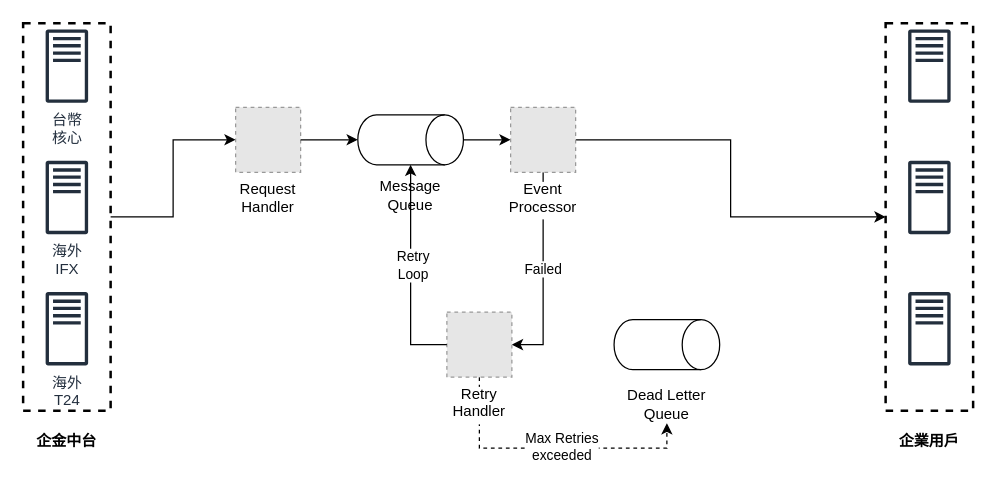
This is page "MessageQueue架構" (4 of 4) of 主動入金通知.drawio from Wayne-Kao/draw.io, a draw.io file, before an edit. Source tidied: cells renumbered, new cells numbered last; positions are measured from the earlier drawing's top-left corner, leaving out a move shared by most shapes. Both pictures are drawn from the tidied source at 125%, with x=0, y=0 at pixel (22, 22). Pictures stored in the file or linked from it are replaced by grey dashed boxes.
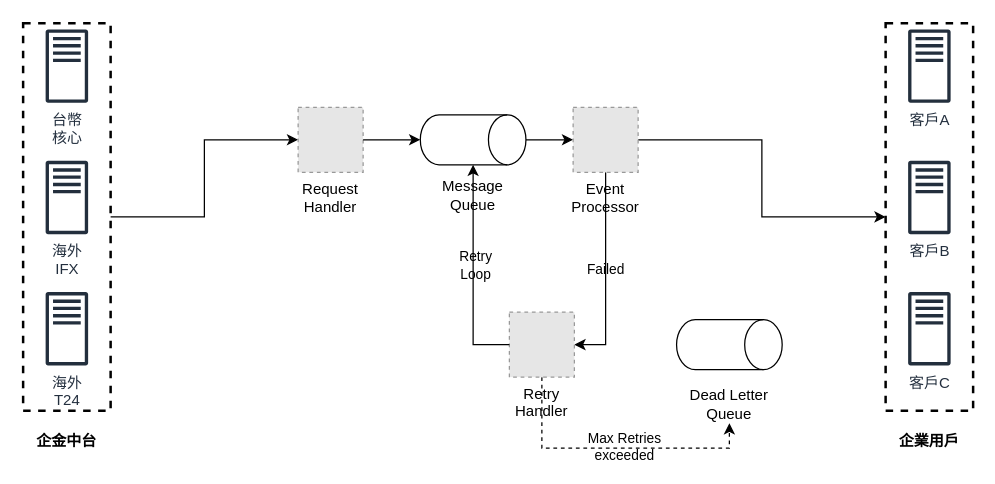
After the change.

Commit message:
更新主動入金通知.drawio

The change refers to these unchanged cells:
```xml
<mxCell id="13" style="edgeStyle=orthogonalEdgeStyle;rounded=0;jettySize=auto;html=1;entryX=1;entryY=0.5;entryDx=0;entryDy=0;" parent="1" edge="1" source="15" target="20">
  <mxGeometry relative="1" as="geometry" />
</mxCell>
<mxCell id="18" style="edgeStyle=orthogonalEdgeStyle;rounded=0;jettySize=auto;html=1;entryX=0.5;entryY=1;entryDx=0;entryDy=0;exitX=0.5;exitY=1;exitDx=0;exitDy=0;dashed=1;" parent="1" edge="1" source="20" target="17">
  <mxGeometry relative="1" as="geometry" />
</mxCell>
<mxCell id="27" style="edgeStyle=orthogonalEdgeStyle;rounded=0;jettySize=auto;html=1;entryX=1;entryY=0.5;entryDx=0;entryDy=0;entryPerimeter=0;exitX=0;exitY=0.5;exitDx=0;exitDy=0;" parent="1" edge="1" source="20" target="9">
  <mxGeometry relative="1" as="geometry" />
</mxCell>
```

What changed in the source:
```diff
@@
-    <mxCell id="9" style="shape=cylinder3;whiteSpace=wrap;html=1;boundedLbl=1;backgroundOutline=1;size=15;rotation=90;" parent="1" vertex="1">
-      <mxGeometry x="290" y="51.1" width="40" height="84.5" as="geometry" />
+    <mxCell id="9" style="shape=cylinder3;whiteSpace=wrap;html=1;boundedLbl=1;backgroundOutline=1;size=15;rotation=90;labelBackgroundColor=none;fillColor=none;" parent="1" vertex="1">
+      <mxGeometry x="340" y="51.1" width="40" height="84.5" as="geometry" />
     </mxCell>
     <mxCell id="10" value="Message Queue" style="text;html=1;whiteSpace=wrap;strokeColor=none;fillColor=none;align=center;verticalAlign=middle;rounded=0;" parent="1" vertex="1">
-      <mxGeometry x="280" y="122.8" width="60" height="30" as="geometry" />
+      <mxGeometry x="330" y="122.8" width="60" height="30" as="geometry" />
     </mxCell>
-    <mxCell id="11" value="Request&#10;Handler" style="fillColor=#E6E6E6;strokeColor=#999999;dashed=1;verticalLabelPosition=bottom;labelBackgroundColor=default;verticalAlign=top;" parent="1" vertex="1">
-      <mxGeometry x="170" y="67.3" width="52" height="52" as="geometry" />
+    <mxCell id="11" value="Request&#10;Handler" style="fillColor=#E6E6E6;strokeColor=#999999;dashed=1;verticalLabelPosition=bottom;labelBackgroundColor=none;verticalAlign=top;" parent="1" vertex="1">
+      <mxGeometry x="220" y="67.3" width="52" height="52" as="geometry" />
     </mxCell>
@@
-    <mxCell id="14" value="Failed" style="edgeLabel;html=1;align=center;verticalAlign=middle;" parent="13" vertex="1">
+    <mxCell id="14" value="Failed" style="edgeLabel;html=1;align=center;verticalAlign=middle;labelBackgroundColor=none;" parent="13" vertex="1">
       <mxGeometry x="-0.05" y="-1" relative="1" as="geometry" />
     </mxCell>
-    <mxCell id="15" value="Event&#10;Processor" style="fillColor=#E6E6E6;strokeColor=#999999;dashed=1;verticalLabelPosition=bottom;labelBackgroundColor=default;verticalAlign=top;" parent="1" vertex="1">
-      <mxGeometry x="390" y="67.3" width="52" height="52" as="geometry" />
+    <mxCell id="15" value="Event&#10;Processor" style="fillColor=#E6E6E6;strokeColor=#999999;dashed=1;verticalLabelPosition=bottom;labelBackgroundColor=none;verticalAlign=top;" parent="1" vertex="1">
+      <mxGeometry x="440" y="67.3" width="52" height="52" as="geometry" />
     </mxCell>
-    <mxCell id="16" style="shape=cylinder3;whiteSpace=wrap;html=1;boundedLbl=1;backgroundOutline=1;size=15;rotation=90;" parent="1" vertex="1">
-      <mxGeometry x="495" y="215" width="40" height="84.5" as="geometry" />
+    <mxCell id="16" style="shape=cylinder3;whiteSpace=wrap;html=1;boundedLbl=1;backgroundOutline=1;size=15;rotation=90;labelBackgroundColor=none;fillColor=none;" parent="1" vertex="1">
+      <mxGeometry x="545" y="215" width="40" height="84.5" as="geometry" />
     </mxCell>
     <mxCell id="17" value="Dead Letter Queue" style="text;html=1;whiteSpace=wrap;strokeColor=none;fillColor=none;align=center;verticalAlign=middle;rounded=0;" parent="1" vertex="1">
-      <mxGeometry x="480" y="290" width="70" height="30" as="geometry" />
+      <mxGeometry x="530" y="290" width="70" height="30" as="geometry" />
     </mxCell>
@@
-    <mxCell id="19" value="Max Retries&lt;br&gt;exceeded" style="edgeLabel;html=1;align=center;verticalAlign=middle;" parent="18" vertex="1">
+    <mxCell id="19" value="Max Retries&lt;br&gt;exceeded" style="edgeLabel;html=1;align=center;verticalAlign=middle;labelBackgroundColor=none;" parent="18" vertex="1">
       <mxGeometry x="0.08" y="2" relative="1" as="geometry" />
     </mxCell>
-    <mxCell id="20" value="Retry&#10;Handler" style="fillColor=#E6E6E6;strokeColor=#999999;dashed=1;verticalLabelPosition=bottom;labelBackgroundColor=default;verticalAlign=top;" parent="1" vertex="1">
-      <mxGeometry x="339" y="231.2" width="52" height="52" as="geometry" />
+    <mxCell id="20" value="Retry&#10;Handler" style="fillColor=#E6E6E6;strokeColor=#999999;dashed=1;verticalLabelPosition=bottom;labelBackgroundColor=none;verticalAlign=top;" parent="1" vertex="1">
+      <mxGeometry x="389" y="231.2" width="52" height="52" as="geometry" />
     </mxCell>
@@
-    <mxCell id="22" style="sketch=0;fontColor=#232F3E;gradientColor=none;fillColor=#232F3D;strokeColor=none;dashed=0;verticalLabelPosition=bottom;verticalAlign=top;align=center;html=1;fontSize=12;fontStyle=0;shape=mxgraph.aws4.traditional_server;" parent="1" vertex="1">
+    <mxCell id="22" value="客戶A" style="sketch=0;fontColor=#232F3E;gradientColor=none;fillColor=#232F3D;strokeColor=none;dashed=0;verticalLabelPosition=bottom;verticalAlign=top;align=center;html=1;fontSize=12;fontStyle=0;shape=mxgraph.aws4.traditional_server;" parent="1" vertex="1">
       <mxGeometry x="708" y="4.9" width="34" height="59" as="geometry" />
     </mxCell>
@@
-    <mxCell id="24" style="sketch=0;fontColor=#232F3E;gradientColor=none;fillColor=#232F3D;strokeColor=none;dashed=0;verticalLabelPosition=bottom;verticalAlign=top;align=center;html=1;fontSize=12;fontStyle=0;shape=mxgraph.aws4.traditional_server;" parent="1" vertex="1">
+    <mxCell id="24" value="客戶B" style="sketch=0;fontColor=#232F3E;gradientColor=none;fillColor=#232F3D;strokeColor=none;dashed=0;verticalLabelPosition=bottom;verticalAlign=top;align=center;html=1;fontSize=12;fontStyle=0;shape=mxgraph.aws4.traditional_server;" parent="1" vertex="1">
       <mxGeometry x="708" y="110" width="34" height="59" as="geometry" />
     </mxCell>
-    <mxCell id="25" style="sketch=0;fontColor=#232F3E;gradientColor=none;fillColor=#232F3D;strokeColor=none;dashed=0;verticalLabelPosition=bottom;verticalAlign=top;align=center;html=1;fontSize=12;fontStyle=0;shape=mxgraph.aws4.traditional_server;" parent="1" vertex="1">
+    <mxCell id="25" value="客戶C" style="sketch=0;fontColor=#232F3E;gradientColor=none;fillColor=#232F3D;strokeColor=none;dashed=0;verticalLabelPosition=bottom;verticalAlign=top;align=center;html=1;fontSize=12;fontStyle=0;shape=mxgraph.aws4.traditional_server;" parent="1" vertex="1">
       <mxGeometry x="708" y="215" width="34" height="59" as="geometry" />
     </mxCell>
@@
-    <mxCell id="28" value="Retry&lt;br&gt;Loop" style="edgeLabel;html=1;align=center;verticalAlign=middle;" parent="27" vertex="1">
+    <mxCell id="28" value="Retry&lt;br&gt;Loop" style="edgeLabel;html=1;align=center;verticalAlign=middle;labelBackgroundColor=none;" parent="27" vertex="1">
       <mxGeometry x="0.08" y="-1" relative="1" as="geometry" />
     </mxCell>
```
